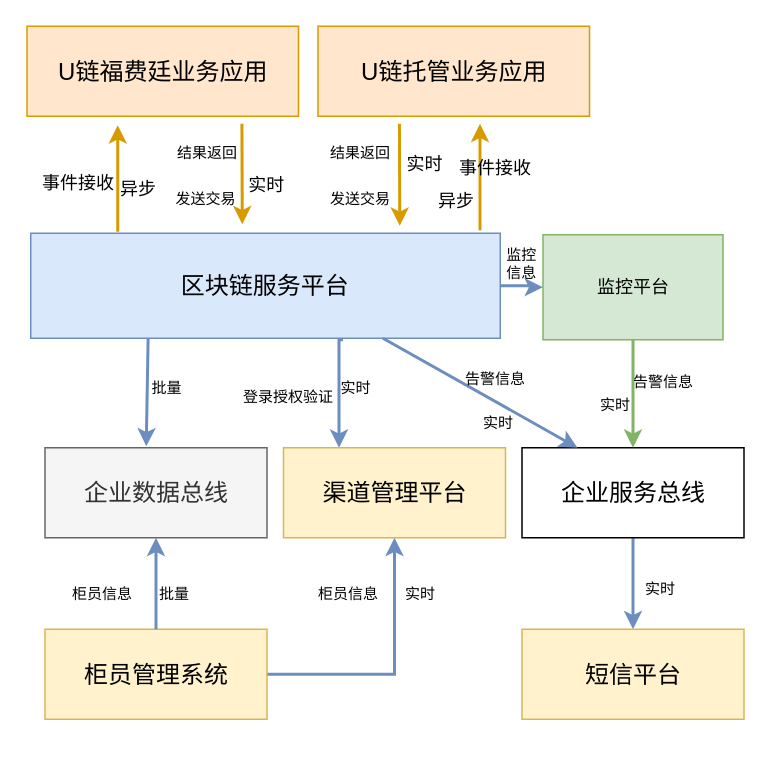
The draw.io diagram repository/drawio/postb/上线部署-逻辑架构图.drawio in dilide/collections, before the edit. Source tidied: cells renumbered, new cells numbered last; positions are measured from the earlier drawing's top-left corner, leaving out a move shared by most shapes. Both pictures are drawn from the tidied source at 150%, with x=0, y=0 at pixel (27, 26).
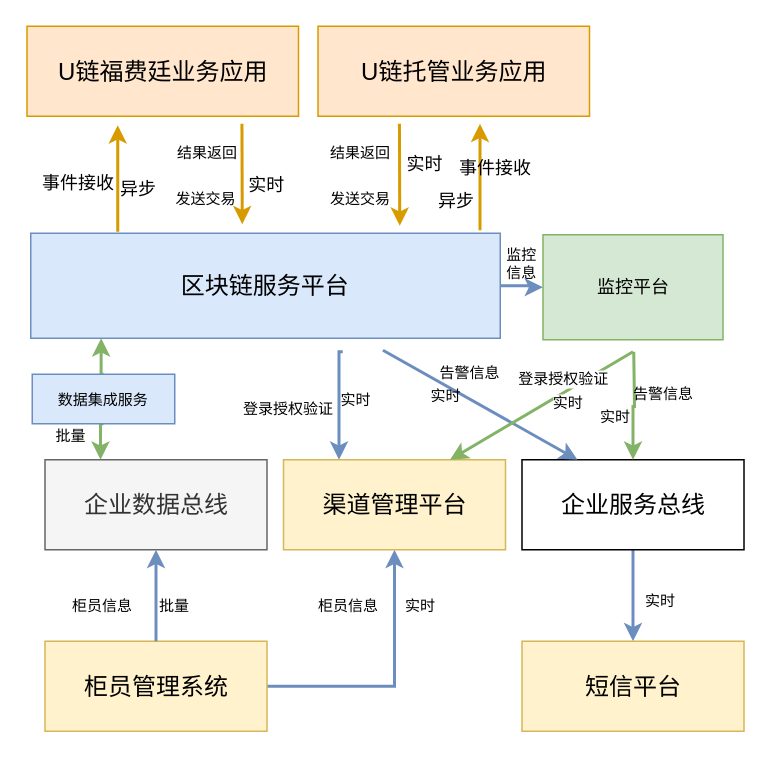
The same diagram, later.

Commit message:
Update 上线部署-逻辑架构图.drawio

Unchanged cells that the change refers to:
```xml
<mxCell id="4" value="区块链服务平台" style="rounded=0;whiteSpace=wrap;html=1;fontSize=16;fillColor=#dae8fc;strokeColor=#6c8ebf;" parent="1" vertex="1">
  <mxGeometry x="2" y="138" width="313" height="70" as="geometry" />
</mxCell>
<mxCell id="42" value="监控平台" style="rounded=0;whiteSpace=wrap;html=1;fillColor=#d5e8d4;strokeColor=#82b366;" parent="1" vertex="1">
  <mxGeometry x="343.5" y="139" width="120" height="70" as="geometry" />
</mxCell>
```

Change to the diagram source:
```diff
@@
-    <mxCell id="2" style="edgeStyle=orthogonalEdgeStyle;rounded=0;jettySize=auto;html=1;exitX=0.665;exitY=1.014;exitDx=0;exitDy=0;entryX=0.25;entryY=0;entryDx=0;entryDy=0;strokeColor=#6C8EBF;strokeWidth=2;fontSize=10;exitPerimeter=0;" parent="1" edge="1" source="4" target="12">
+    <mxCell id="2" style="edgeStyle=orthogonalEdgeStyle;rounded=0;jettySize=auto;html=1;exitX=0.665;exitY=1.014;exitDx=0;exitDy=0;entryX=0.25;entryY=0;entryDx=0;entryDy=0;strokeColor=#6C8EBF;strokeWidth=2;fontSize=10;exitPerimeter=0;" parent="1" edge="1" target="12">
       <mxGeometry relative="1" as="geometry">
+        <mxPoint x="210" y="217" as="sourcePoint" />
         <Array as="points">
-          <mxPoint x="208" y="209" />
+          <mxPoint x="208" y="217" />
         </Array>
       </mxGeometry>
     </mxCell>
@@
     <mxCell id="7" value="企业数据总线" style="rounded=0;whiteSpace=wrap;html=1;fontSize=16;fillColor=#f5f5f5;strokeColor=#666666;fontColor=#333333;" parent="1" vertex="1">
-      <mxGeometry x="11.5" y="281" width="148" height="60" as="geometry" />
+      <mxGeometry x="11.5" y="289" width="148" height="60" as="geometry" />
     </mxCell>
@@
     <mxCell id="9" value="企业服务总线" style="rounded=0;whiteSpace=wrap;html=1;fontSize=16;" parent="1" vertex="1">
-      <mxGeometry x="329.5" y="281" width="148" height="60" as="geometry" />
+      <mxGeometry x="329.5" y="289" width="148" height="60" as="geometry" />
     </mxCell>
@@
     <mxCell id="11" value="柜员管理系统" style="rounded=0;whiteSpace=wrap;html=1;fontSize=16;fillColor=#fff2cc;strokeColor=#d6b656;" parent="1" vertex="1">
-      <mxGeometry x="11.5" y="402" width="148" height="60" as="geometry" />
+      <mxGeometry x="11.5" y="410" width="148" height="60" as="geometry" />
     </mxCell>
     <mxCell id="12" value="渠道管理平台" style="rounded=0;whiteSpace=wrap;html=1;fontSize=16;fillColor=#fff2cc;strokeColor=#d6b656;" parent="1" vertex="1">
-      <mxGeometry x="170.5" y="281" width="148" height="60" as="geometry" />
+      <mxGeometry x="170.5" y="289" width="148" height="60" as="geometry" />
     </mxCell>
     <mxCell id="13" value="短信平台" style="rounded=0;whiteSpace=wrap;html=1;fontSize=16;fillColor=#fff2cc;strokeColor=#d6b656;" parent="1" vertex="1">
-      <mxGeometry x="329.5" y="402" width="148" height="60" as="geometry" />
+      <mxGeometry x="329.5" y="410" width="148" height="60" as="geometry" />
     </mxCell>
@@
     <mxCell id="21" value="柜员信息" style="text;html=1;align=left;verticalAlign=top;spacingTop=-4;fontSize=10;" parent="1" vertex="1">
-      <mxGeometry x="27.5" y="370" width="58" height="12" as="geometry" />
+      <mxGeometry x="27.5" y="378" width="58" height="12" as="geometry" />
     </mxCell>
     <mxCell id="22" value="批量" style="text;html=1;align=left;verticalAlign=top;spacingTop=-4;fontSize=10;" parent="1" vertex="1">
-      <mxGeometry x="85.5" y="370" width="34" height="12" as="geometry" />
+      <mxGeometry x="85.5" y="378" width="34" height="12" as="geometry" />
     </mxCell>
-    <mxCell id="23" style="endArrow=classic;html=1;strokeColor=#6C8EBF;strokeWidth=2;fontSize=10;exitX=0.25;exitY=1;exitDx=0;exitDy=0;" parent="1" edge="1" source="4">
-      <mxGeometry relative="1" as="geometry">
-        <mxPoint x="79" y="280" as="targetPoint" />
-      </mxGeometry>
-    </mxCell>
     <mxCell id="24" value="批量" style="text;html=1;align=left;verticalAlign=top;spacingTop=-4;fontSize=10;" parent="1" vertex="1">
-      <mxGeometry x="81" y="233" width="34" height="12" as="geometry" />
+      <mxGeometry x="16.5" y="265" width="34" height="12" as="geometry" />
     </mxCell>
     <mxCell id="25" value="登录授权验证" style="text;html=1;align=left;verticalAlign=top;spacingTop=-4;fontSize=10;" parent="1" vertex="1">
-      <mxGeometry x="142" y="238.5" width="82" height="12" as="geometry" />
+      <mxGeometry x="142" y="246.5" width="82" height="12" as="geometry" />
     </mxCell>
     <mxCell id="26" value="实时" style="text;html=1;align=left;verticalAlign=top;spacingTop=-4;fontSize=10;" parent="1" vertex="1">
-      <mxGeometry x="207" y="232.5" width="34" height="12" as="geometry" />
+      <mxGeometry x="207" y="240.5" width="34" height="12" as="geometry" />
     </mxCell>
-    <mxCell id="27" style="endArrow=classic;html=1;strokeColor=#6C8EBF;strokeWidth=2;fontSize=10;exitX=0.75;exitY=1;exitDx=0;exitDy=0;entryX=0.25;entryY=0;entryDx=0;entryDy=0;" parent="1" edge="1" source="4" target="9">
-      <mxGeometry relative="1" as="geometry" />
+    <mxCell id="27" style="endArrow=classic;html=1;strokeColor=#6C8EBF;strokeWidth=2;fontSize=10;exitX=0.75;exitY=1;exitDx=0;exitDy=0;entryX=0.25;entryY=0;entryDx=0;entryDy=0;" parent="1" edge="1" target="9">
+      <mxGeometry relative="1" as="geometry">
+        <mxPoint x="236.8" y="216" as="sourcePoint" />
+      </mxGeometry>
     </mxCell>
     <mxCell id="28" value="告警信息" style="text;html=1;align=left;verticalAlign=top;spacingTop=-4;fontSize=10;" parent="1" vertex="1">
-      <mxGeometry x="289.5" y="226.5" width="58" height="12" as="geometry" />
+      <mxGeometry x="272.5" y="222.5" width="58" height="12" as="geometry" />
     </mxCell>
     <mxCell id="29" value="实时" style="text;html=1;align=left;verticalAlign=top;spacingTop=-4;fontSize=10;" parent="1" vertex="1">
-      <mxGeometry x="301.5" y="256" width="34" height="12" as="geometry" />
+      <mxGeometry x="267" y="238" width="34" height="12" as="geometry" />
     </mxCell>
     <mxCell id="30" value="柜员信息" style="text;html=1;align=left;verticalAlign=top;spacingTop=-4;fontSize=10;" parent="1" vertex="1">
-      <mxGeometry x="192" y="370" width="58" height="12" as="geometry" />
+      <mxGeometry x="192" y="378" width="58" height="12" as="geometry" />
     </mxCell>
     <mxCell id="31" value="实时" style="text;html=1;align=left;verticalAlign=top;spacingTop=-4;fontSize=10;" parent="1" vertex="1">
-      <mxGeometry x="250" y="370" width="34" height="12" as="geometry" />
+      <mxGeometry x="250" y="378" width="34" height="12" as="geometry" />
     </mxCell>
     <mxCell id="32" value="实时" style="text;html=1;align=left;verticalAlign=top;spacingTop=-4;fontSize=10;" parent="1" vertex="1">
-      <mxGeometry x="410" y="367" width="34" height="12" as="geometry" />
+      <mxGeometry x="410" y="375" width="34" height="12" as="geometry" />
     </mxCell>
@@
-    <mxCell id="41" style="edgeStyle=orthogonalEdgeStyle;rounded=0;jettySize=auto;html=1;exitX=0.5;exitY=1;exitDx=0;exitDy=0;fillColor=#d5e8d4;strokeColor=#82b366;strokeWidth=2;" parent="1" edge="1" source="42" target="9">
-      <mxGeometry relative="1" as="geometry" />
+    <mxCell id="41" style="edgeStyle=orthogonalEdgeStyle;rounded=0;jettySize=auto;html=1;exitX=0.5;exitY=1;exitDx=0;exitDy=0;fillColor=#d5e8d4;strokeColor=#82b366;strokeWidth=2;" parent="1" edge="1" target="9">
+      <mxGeometry relative="1" as="geometry">
+        <mxPoint x="404" y="217" as="sourcePoint" />
+      </mxGeometry>
     </mxCell>
@@
     <mxCell id="43" value="&lt;span style=&quot;font-size: 10px&quot;&gt;告警信息&lt;/span&gt;" style="text;html=1;align=left;verticalAlign=top;spacingTop=-4;" parent="1" vertex="1">
-      <mxGeometry x="402" y="226.5" width="50" height="14" as="geometry" />
+      <mxGeometry x="402" y="234.5" width="50" height="14" as="geometry" />
     </mxCell>
     <mxCell id="44" value="&lt;span style=&quot;font-size: 10px&quot;&gt;实时&lt;/span&gt;" style="text;html=1;align=left;verticalAlign=top;spacingTop=-4;" parent="1" vertex="1">
-      <mxGeometry x="380" y="242" width="30" height="14" as="geometry" />
+      <mxGeometry x="380" y="250" width="30" height="14" as="geometry" />
     </mxCell>
@@
+    <mxCell id="46" style="endArrow=classic;html=1;exitX=0.5;exitY=1;exitDx=0;exitDy=0;entryX=0.75;entryY=0;entryDx=0;entryDy=0;strokeWidth=2;strokeColor=#82B366;" parent="1" edge="1" target="12">
+      <mxGeometry relative="1" as="geometry">
+        <mxPoint x="403.5" y="217" as="sourcePoint" />
+      </mxGeometry>
+    </mxCell>
+    <mxCell id="47" value="登录授权验证" style="text;html=1;align=center;verticalAlign=middle;labelBackgroundColor=#ffffff;fontSize=10;" parent="46" vertex="1">
+      <mxGeometry x="-0.11" y="-1" relative="1" as="geometry">
+        <mxPoint x="8" y="-13.5" as="offset" />
+      </mxGeometry>
+    </mxCell>
+    <mxCell id="48" value="实时" style="text;html=1;align=center;verticalAlign=middle;labelBackgroundColor=#ffffff;fontSize=10;" parent="46" vertex="1">
+      <mxGeometry x="-0.24" y="4" relative="1" as="geometry">
+        <mxPoint y="3" as="offset" />
+      </mxGeometry>
+    </mxCell>
+    <mxCell id="49" style="edgeStyle=orthogonalEdgeStyle;rounded=0;jettySize=auto;html=1;exitX=0.5;exitY=0;exitDx=0;exitDy=0;entryX=0.15;entryY=1;entryDx=0;entryDy=0;entryPerimeter=0;strokeColor=#82B366;strokeWidth=2;fontSize=10;" parent="1" edge="1" source="51" target="4">
+      <mxGeometry relative="1" as="geometry" />
+    </mxCell>
+    <mxCell id="50" style="edgeStyle=orthogonalEdgeStyle;rounded=0;jettySize=auto;html=1;exitX=0.5;exitY=1;exitDx=0;exitDy=0;entryX=0.25;entryY=0;entryDx=0;entryDy=0;strokeColor=#82B366;strokeWidth=2;fontSize=10;" parent="1" edge="1" source="51" target="7">
+      <mxGeometry relative="1" as="geometry" />
+    </mxCell>
+    <mxCell id="51" value="数据集成服务" style="rounded=0;whiteSpace=wrap;html=1;fontSize=10;fillColor=#dae8fc;strokeColor=#6c8ebf;" parent="1" vertex="1">
+      <mxGeometry x="3" y="232" width="95" height="33" as="geometry" />
+    </mxCell>
```
